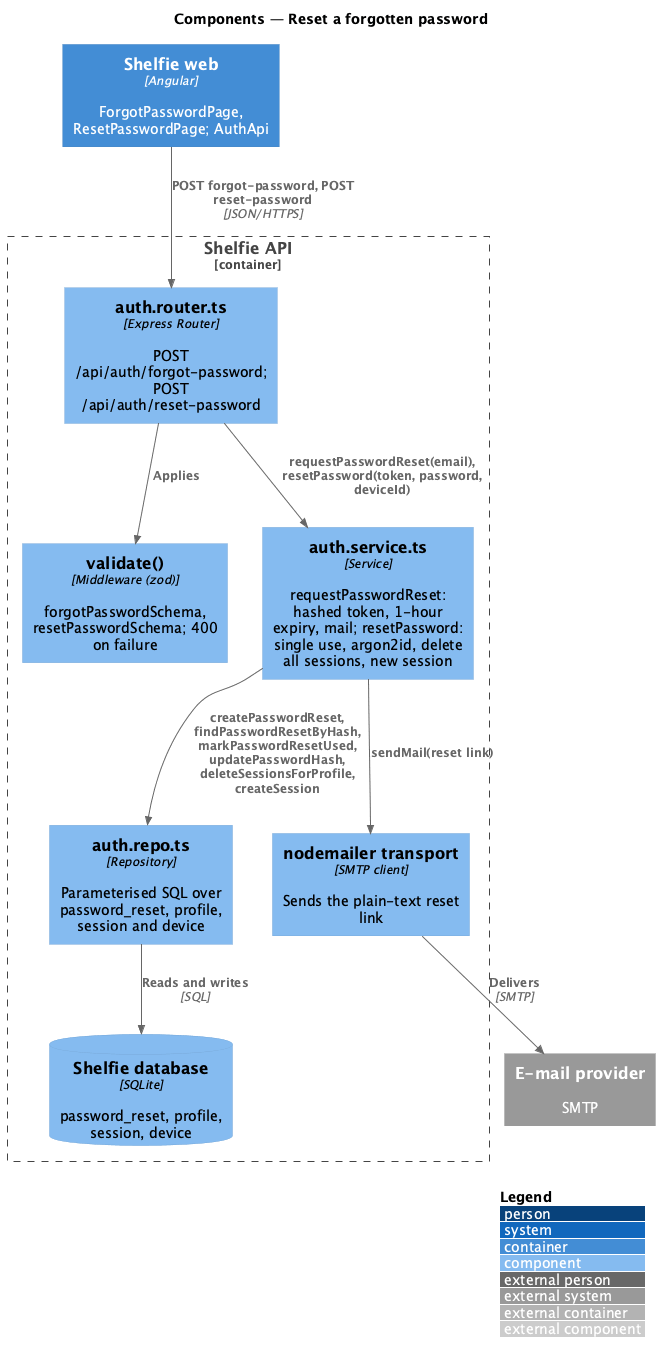
This is docs/detailed-designs/sign-in/reset-password/diagrams/c4-component.png from QuinntyneBrown/shelfie, a PlantUML export, as it was before one commit.
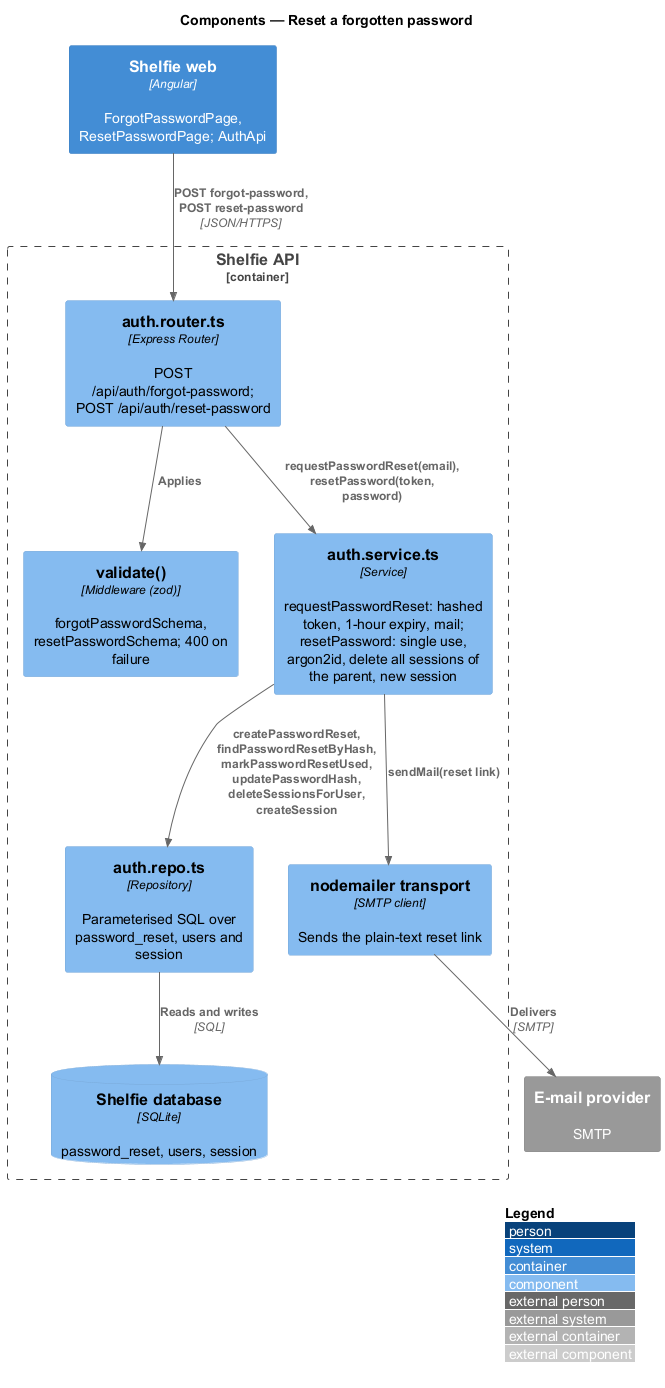
Above is the later version.

What changed in the source:
```diff
@@ -7,16 +7,16 @@
 Container_Boundary(api, "Shelfie API") {
   Component(router, "auth.router.ts", "Express Router", "POST /api/auth/forgot-password; POST /api/auth/reset-password")
   Component(validate, "validate()", "Middleware (zod)", "forgotPasswordSchema, resetPasswordSchema; 400 on failure")
-  Component(service, "auth.service.ts", "Service", "requestPasswordReset: hashed token, 1-hour expiry, mail; resetPassword: single use, argon2id, delete all sessions, new session")
+  Component(service, "auth.service.ts", "Service", "requestPasswordReset: hashed token, 1-hour expiry, mail; resetPassword: single use, argon2id, delete all sessions of the parent, new session")
   Component(mailer, "nodemailer transport", "SMTP client", "Sends the plain-text reset link")
-  Component(repo, "auth.repo.ts", "Repository", "Parameterised SQL over password_reset, profile, session and device")
-  ComponentDb(db, "Shelfie database", "SQLite", "password_reset, profile, session, device")
+  Component(repo, "auth.repo.ts", "Repository", "Parameterised SQL over password_reset, users and session")
+  ComponentDb(db, "Shelfie database", "SQLite", "password_reset, users, session")
 }
 System_Ext(mail, "E-mail provider", "SMTP")
 Rel(web, router, "POST forgot-password, POST reset-password", "JSON/HTTPS")
 Rel(router, validate, "Applies")
-Rel(router, service, "requestPasswordReset(email), resetPassword(token, password, deviceId)")
-Rel(service, repo, "createPasswordReset, findPasswordResetByHash, markPasswordResetUsed,\nupdatePasswordHash, deleteSessionsForProfile, createSession")
+Rel(router, service, "requestPasswordReset(email), resetPassword(token, password)")
+Rel(service, repo, "createPasswordReset, findPasswordResetByHash, markPasswordResetUsed,\nupdatePasswordHash, deleteSessionsForUser, createSession")
 Rel(service, mailer, "sendMail(reset link)")
 Rel(mailer, mail, "Delivers", "SMTP")
 Rel(repo, db, "Reads and writes", "SQL")
```
